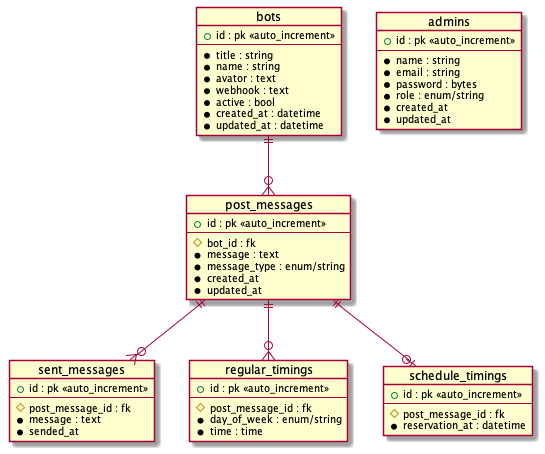
Earlier version of the PlantUML export document/design/er.png (takemo101/dc-scheduler).
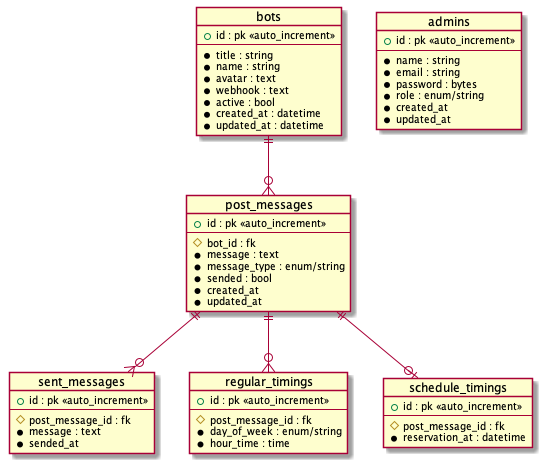
Later version of the same file.

The edit, as a diff of the source:
```diff
@@ -5,7 +5,7 @@
     --
     * title : string
     * name : string
-    * avator : text
+    * avatar : text
     * webhook : text
     * active : bool
     * created_at : datetime
@@ -18,6 +18,7 @@
     # bot_id : fk
     * message : text
     * message_type : enum/string
+    * sended : bool
     * created_at
     * updated_at
 }
@@ -35,7 +36,7 @@
     --
     # post_message_id : fk
     * day_of_week : enum/string
-    * time : time
+    * hour_time : time
 }
 
 object schedule_timings {
```
